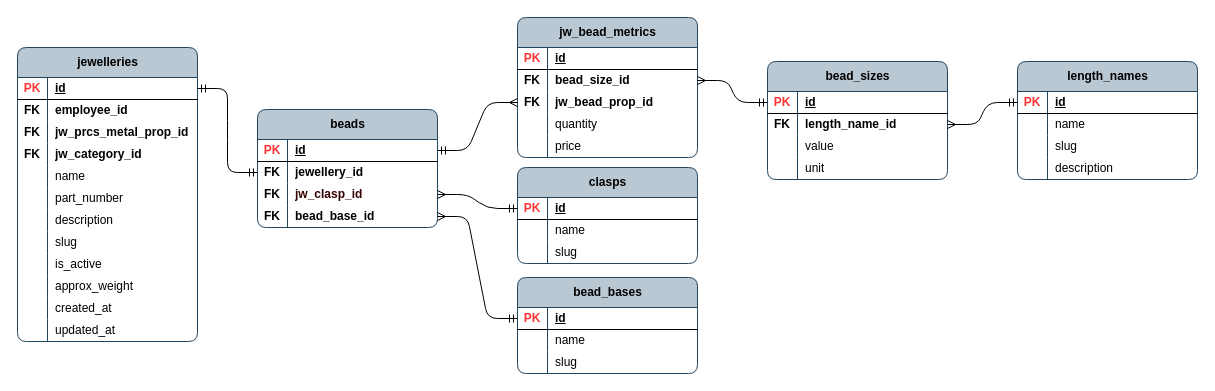
This is page "jw_bead_props" (13 of 13) of publisher/laravel-app/psql_jewellery_items.drawio from Local-development-environment/msg-brokers-publisher-consumer, a draw.io file, before an edit. Source tidied: cells renumbered, new cells numbered last; positions are measured from the earlier drawing's top-left corner, leaving out a move shared by most shapes. Both pictures are drawn from the tidied source at 100%, with x=0, y=0 at pixel (17, 17).
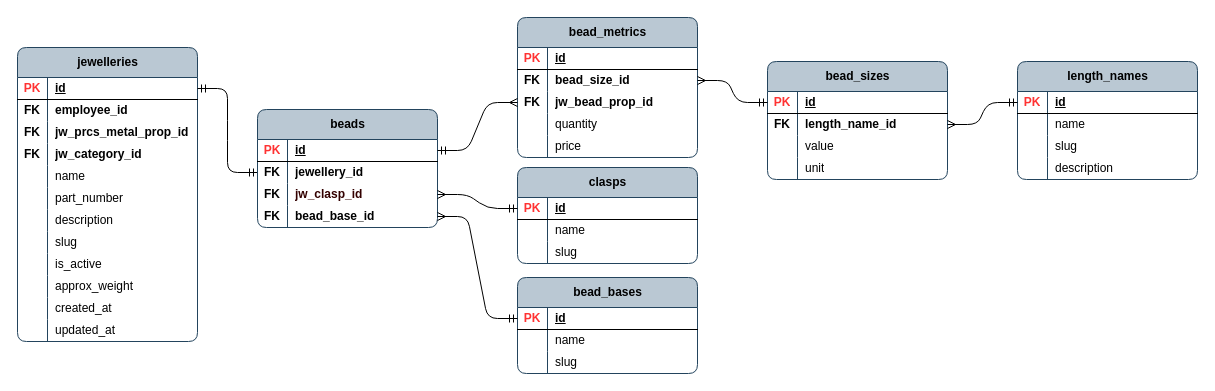
The same page after the edit.

Commit message (it also covers changes not shown here):
bracelet was added to jewellery view

What changed in the source:
```diff
@@
-    <mxCell id="53" value="jw_bead_metrics" style="shape=table;startSize=30;childLayout=tableLayout;rowLines=0;fontStyle=1;align=center;html=1;rounded=1;swimlaneFillColor=none;fillColor=#bac8d3;strokeColor=#23445d;columnLines=1;arcSize=10;" parent="1" vertex="1">
+    <mxCell id="53" value="bead_metrics" style="shape=table;startSize=30;childLayout=tableLayout;rowLines=0;fontStyle=1;align=center;html=1;rounded=1;swimlaneFillColor=none;fillColor=#bac8d3;strokeColor=#23445d;columnLines=1;arcSize=10;" parent="1" vertex="1">
       <mxGeometry x="500" width="180" height="140" as="geometry" />
     </mxCell>
```
